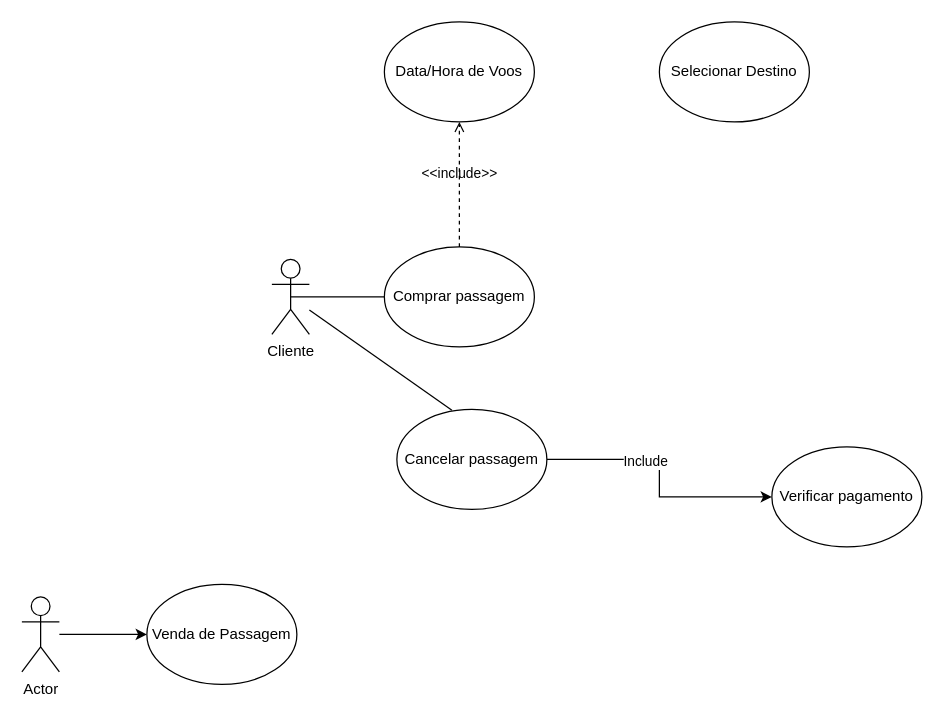
Before: IFTM-2023-1SEM/Ex01Lista01.drawio in Krittz/IFTM-ADS, a draw.io diagram. Source tidied: cells renumbered, new cells numbered last; positions are measured from the earlier drawing's top-left corner, leaving out a move shared by most shapes. Both pictures are drawn from the tidied source at 125%, with x=0, y=0 at pixel (21, 21).
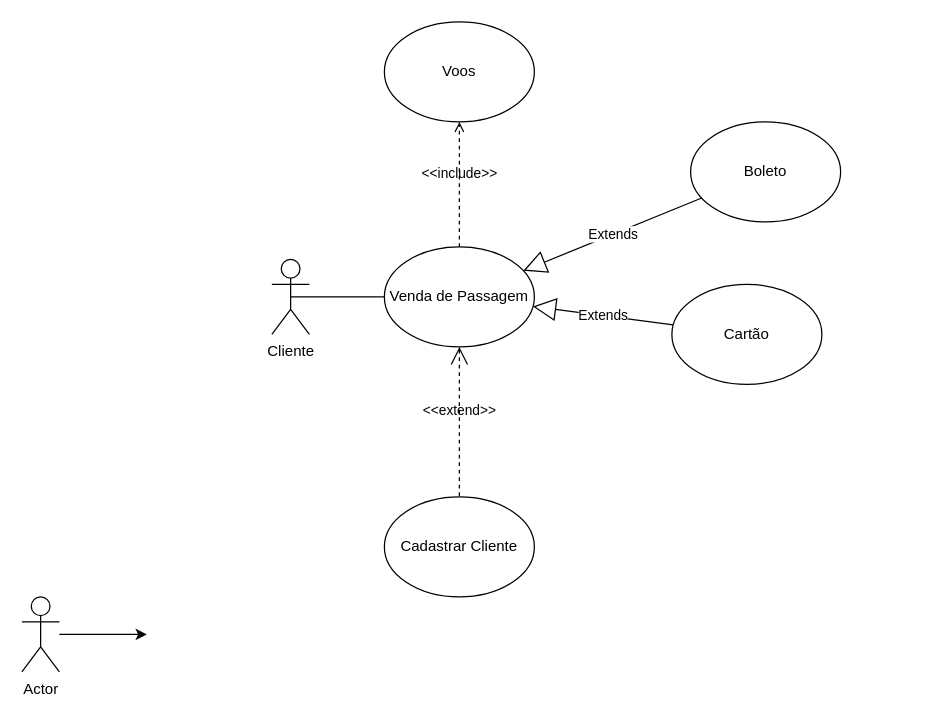
The same diagram, later.

Change to the diagram source:
```diff
@@
 <mxGraphModel>
   <root>
     <mxCell id="0" />
     <mxCell id="1" parent="0" />
     <mxCell id="2" value="Cliente&lt;br&gt;" style="shape=umlActor;verticalLabelPosition=bottom;verticalAlign=top;html=1;outlineConnect=0;" parent="1" vertex="1">
       <mxGeometry x="200" y="190" width="30" height="60" as="geometry" />
     </mxCell>
-    <mxCell id="3" value="Comprar passagem&lt;br&gt;" style="ellipse;whiteSpace=wrap;html=1;" parent="1" vertex="1">
+    <mxCell id="3" value="Venda de Passagem" style="ellipse;whiteSpace=wrap;html=1;" parent="1" vertex="1">
       <mxGeometry x="290" y="180" width="120" height="80" as="geometry" />
     </mxCell>
-    <mxCell id="4" value="Data/Hora de Voos" style="ellipse;whiteSpace=wrap;html=1;" parent="1" vertex="1">
+    <mxCell id="4" value="Voos" style="ellipse;whiteSpace=wrap;html=1;" parent="1" vertex="1">
       <mxGeometry x="290" width="120" height="80" as="geometry" />
     </mxCell>
-    <mxCell id="5" value="Selecionar Destino" style="ellipse;whiteSpace=wrap;html=1;" parent="1" vertex="1">
-      <mxGeometry x="510" width="120" height="80" as="geometry" />
-    </mxCell>
-    <mxCell id="6" style="edgeStyle=orthogonalEdgeStyle;rounded=0;jettySize=auto;html=1;" parent="1" edge="1" source="8" target="9">
-      <mxGeometry relative="1" as="geometry" />
-    </mxCell>
-    <mxCell id="7" value="Include" style="edgeLabel;html=1;align=center;verticalAlign=middle;" parent="6" vertex="1">
-      <mxGeometry x="-0.26" y="-1" relative="1" as="geometry" />
-    </mxCell>
-    <mxCell id="8" value="Cancelar passagem" style="ellipse;whiteSpace=wrap;html=1;" parent="1" vertex="1">
-      <mxGeometry x="300" y="310" width="120" height="80" as="geometry" />
-    </mxCell>
-    <mxCell id="9" value="Verificar pagamento" style="ellipse;whiteSpace=wrap;html=1;" parent="1" vertex="1">
-      <mxGeometry x="600" y="340" width="120" height="80" as="geometry" />
-    </mxCell>
-    <mxCell id="10" style="endArrow=none;html=1;rounded=0;entryX=0.367;entryY=0.008;entryDx=0;entryDy=0;entryPerimeter=0;" parent="1" edge="1" source="2" target="8">
-      <mxGeometry relative="1" as="geometry" />
-    </mxCell>
     <mxCell id="11" style="endArrow=none;html=1;rounded=0;exitX=0.5;exitY=0.5;exitDx=0;exitDy=0;exitPerimeter=0;" parent="1" edge="1" source="2" target="3">
       <mxGeometry relative="1" as="geometry" />
     </mxCell>
-    <mxCell id="12" style="edgeStyle=orthogonalEdgeStyle;rounded=0;jettySize=auto;html=1;" parent="1" edge="1" source="13" target="14">
-      <mxGeometry relative="1" as="geometry" />
+    <mxCell id="12" style="edgeStyle=orthogonalEdgeStyle;rounded=0;jettySize=auto;html=1;" parent="1" edge="1" source="13">
+      <mxGeometry relative="1" as="geometry">
+        <mxPoint x="100" y="490" as="targetPoint" />
+      </mxGeometry>
     </mxCell>
     <mxCell id="13" value="Actor" style="shape=umlActor;verticalLabelPosition=bottom;verticalAlign=top;html=1;outlineConnect=0;" parent="1" vertex="1">
       <mxGeometry y="460" width="30" height="60" as="geometry" />
     </mxCell>
-    <mxCell id="14" value="Venda de Passagem" style="ellipse;whiteSpace=wrap;html=1;" parent="1" vertex="1">
-      <mxGeometry x="100" y="450" width="120" height="80" as="geometry" />
-    </mxCell>
     <mxCell id="15" value="&amp;lt;&amp;lt;include&amp;gt;&amp;gt;" style="html=1;verticalAlign=bottom;labelBackgroundColor=none;endArrow=open;endFill=0;dashed=1;rounded=0;" parent="1" edge="1" source="3" target="4">
       <mxGeometry relative="1" as="geometry" />
     </mxCell>
+    <mxCell id="16" value="Cadastrar Cliente" style="ellipse;whiteSpace=wrap;html=1;" parent="1" vertex="1">
+      <mxGeometry x="290" y="380" width="120" height="80" as="geometry" />
+    </mxCell>
+    <mxCell id="17" value="&amp;lt;&amp;lt;extend&amp;gt;&amp;gt;" style="edgeStyle=none;html=1;startArrow=open;endArrow=none;startSize=12;verticalAlign=bottom;dashed=1;labelBackgroundColor=none;rounded=0;" parent="1" edge="1" source="3" target="16">
+      <mxGeometry relative="1" as="geometry" />
+    </mxCell>
+    <mxCell id="18" value="Extends" style="endArrow=block;endSize=16;endFill=0;html=1;rounded=0;" parent="1" edge="1" source="19" target="3">
+      <mxGeometry relative="1" as="geometry" />
+    </mxCell>
+    <mxCell id="19" value="Cartão" style="ellipse;whiteSpace=wrap;html=1;" parent="1" vertex="1">
+      <mxGeometry x="520" y="210" width="120" height="80" as="geometry" />
+    </mxCell>
+    <mxCell id="20" value="Boleto" style="ellipse;whiteSpace=wrap;html=1;" parent="1" vertex="1">
+      <mxGeometry x="535" y="80" width="120" height="80" as="geometry" />
+    </mxCell>
+    <mxCell id="21" value="Extends" style="endArrow=block;endSize=16;endFill=0;html=1;rounded=0;" parent="1" edge="1" source="20" target="3">
+      <mxGeometry relative="1" as="geometry" />
+    </mxCell>
   </root>
 </mxGraphModel>
```
